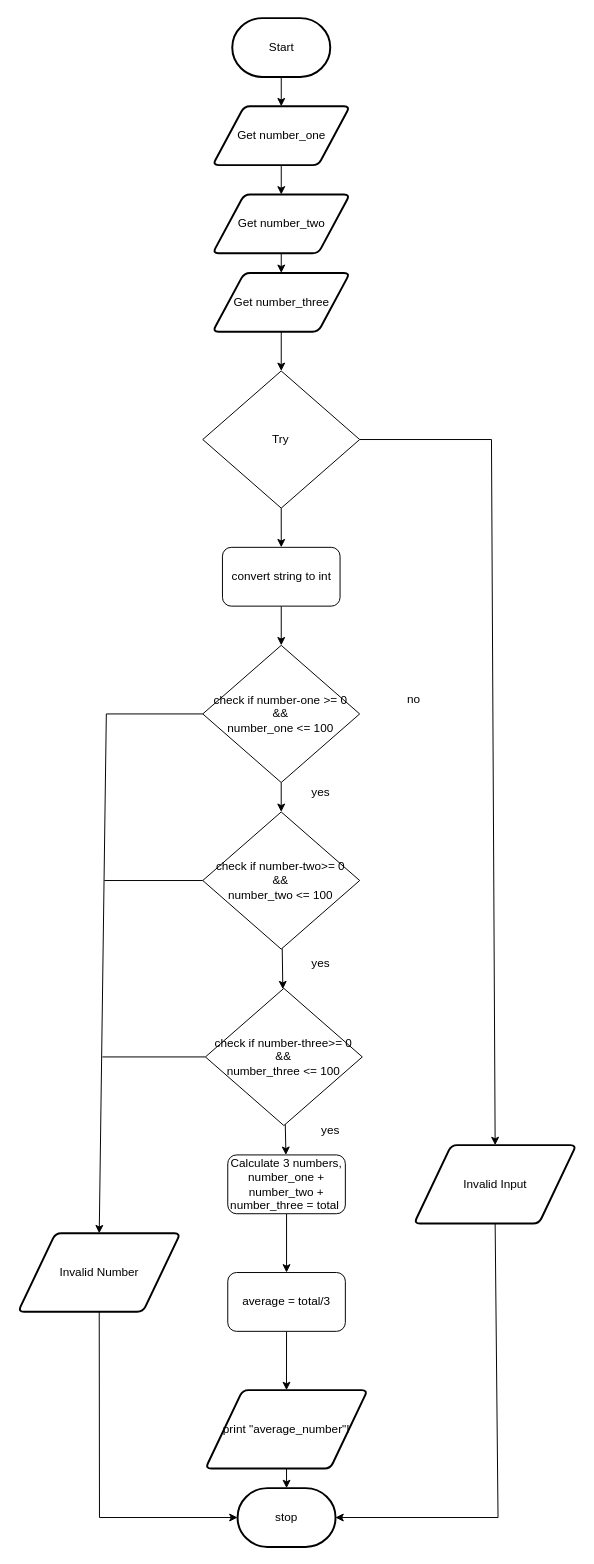
Earlier version of the draw.io diagram FlowChart.Drawio (JacksonNaufal/ICS3U-Assignment3-Python). Source tidied: cells renumbered, new cells numbered last; positions are measured from the earlier drawing's top-left corner, leaving out a move shared by most shapes. Both pictures are drawn from the tidied source at 98%, with x=0, y=0 at pixel (18, 18).
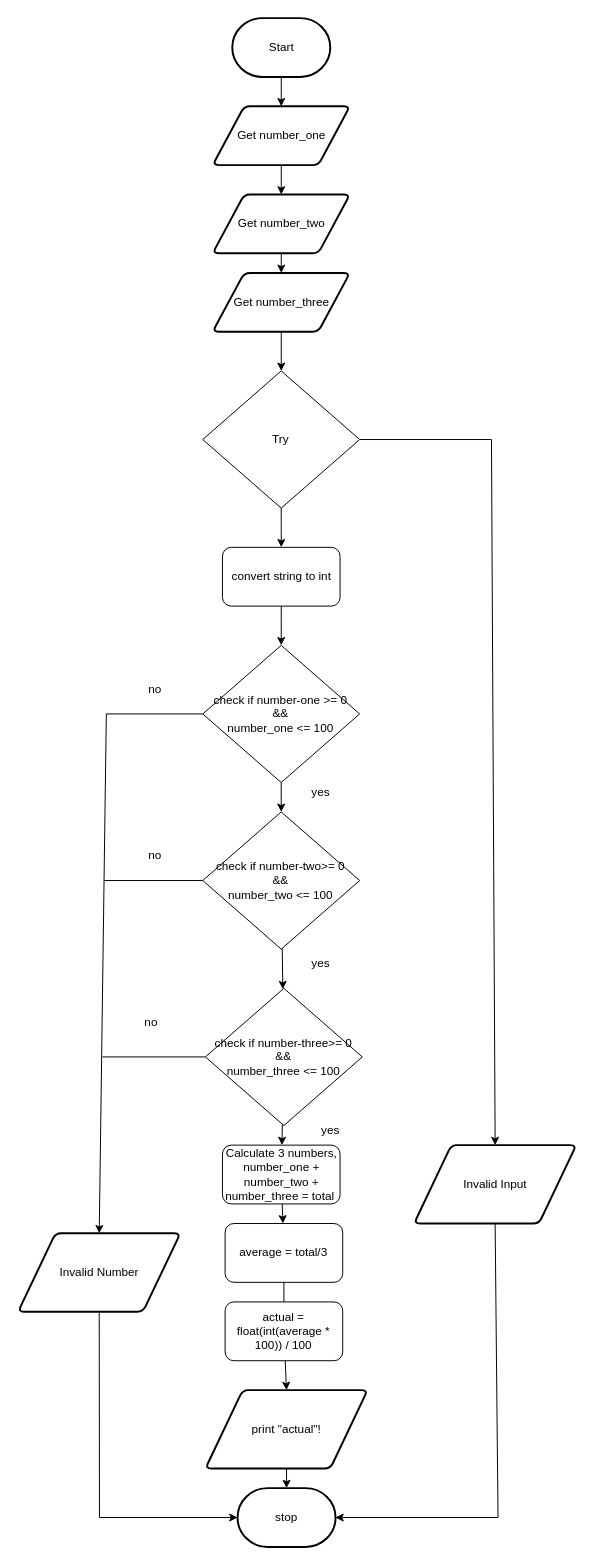
The same diagram, later.

Change to the diagram source:
```diff
@@
-    <mxCell id="7" value="print &quot;average_number&quot;!" style="shape=parallelogram;html=1;strokeWidth=2;perimeter=parallelogramPerimeter;whiteSpace=wrap;rounded=1;arcSize=12;size=0.23;" parent="1" vertex="1">
+    <mxCell id="7" value="print &quot;actual&quot;!" style="shape=parallelogram;html=1;strokeWidth=2;perimeter=parallelogramPerimeter;whiteSpace=wrap;rounded=1;arcSize=12;size=0.23;" parent="1" vertex="1">
       <mxGeometry x="191.1" y="1400" width="165.5" height="80" as="geometry" />
     </mxCell>
@@
     <mxCell id="14" value="Calculate 3 numbers, number_one + number_two + number_three = total&amp;nbsp;" style="rounded=1;whiteSpace=wrap;html=1;" parent="1" vertex="1">
-      <mxGeometry x="213.9" y="1160" width="120" height="60" as="geometry" />
+      <mxGeometry x="208.5" y="1150" width="120" height="60" as="geometry" />
     </mxCell>
-    <mxCell id="15" style="edgeStyle=none;html=1;entryX=0.5;entryY=0;entryDx=0;entryDy=0;" parent="1" edge="1" source="16" target="7">
+    <mxCell id="15" style="edgeStyle=none;html=1;entryX=0.5;entryY=0;entryDx=0;entryDy=0;startArrow=none;" parent="1" edge="1" source="42" target="7">
       <mxGeometry relative="1" as="geometry" />
     </mxCell>
     <mxCell id="16" value="average = total/3" style="rounded=1;whiteSpace=wrap;html=1;" parent="1" vertex="1">
-      <mxGeometry x="213.9" y="1280" width="120" height="60" as="geometry" />
+      <mxGeometry x="211.2" y="1230" width="120" height="60" as="geometry" />
     </mxCell>
@@
     <mxCell id="37" value="no" style="text;html=1;strokeColor=none;fillColor=none;align=center;verticalAlign=middle;whiteSpace=wrap;rounded=0;" parent="1" vertex="1">
-      <mxGeometry x="374" y="680" width="60" height="30" as="geometry" />
+      <mxGeometry x="110" y="670" width="60" height="30" as="geometry" />
     </mxCell>
@@
+    <mxCell id="40" value="no" style="text;html=1;strokeColor=none;fillColor=none;align=center;verticalAlign=middle;whiteSpace=wrap;rounded=0;" parent="1" vertex="1">
+      <mxGeometry x="110" y="840" width="60" height="30" as="geometry" />
+    </mxCell>
+    <mxCell id="41" value="no" style="text;html=1;strokeColor=none;fillColor=none;align=center;verticalAlign=middle;whiteSpace=wrap;rounded=0;" parent="1" vertex="1">
+      <mxGeometry x="105.5" y="1010" width="60" height="30" as="geometry" />
+    </mxCell>
+    <mxCell id="42" value="actual = float(int(average * 100)) / 100" style="rounded=1;whiteSpace=wrap;html=1;" parent="1" vertex="1">
+      <mxGeometry x="211.2" y="1310" width="120" height="60" as="geometry" />
+    </mxCell>
+    <mxCell id="43" style="edgeStyle=none;html=1;entryX=0.5;entryY=0;entryDx=0;entryDy=0;endArrow=none;" parent="1" edge="1" source="16" target="42">
+      <mxGeometry relative="1" as="geometry" />
+    </mxCell>
```
